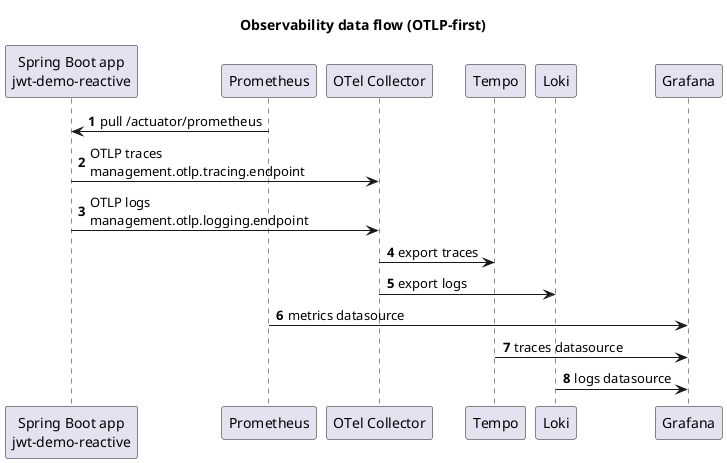
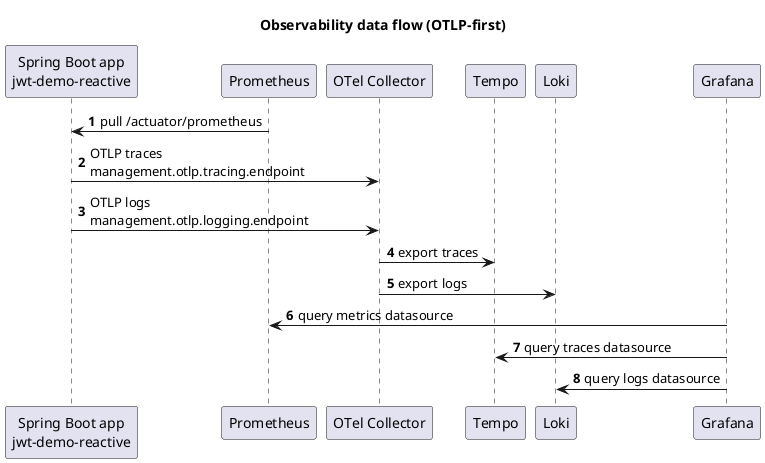
@startuml
title Observability data flow (OTLP-first)

autonumber
participant "Spring Boot app\njwt-demo-reactive" as App
participant "Prometheus" as Prom
participant "OTel Collector" as OTel
participant "Tempo" as Tempo
participant "Loki" as Loki
participant "Grafana" as Grafana

Prom -> App: pull /actuator/prometheus
App -> OTel: OTLP traces\nmanagement.otlp.tracing.endpoint
App -> OTel: OTLP logs\nmanagement.otlp.logging.endpoint
OTel -> Tempo: export traces
OTel -> Loki: export logs
- Prom -> Grafana: metrics datasource
- Tempo -> Grafana: traces datasource
- Loki -> Grafana: logs datasource
+ Grafana -> Prom: query metrics datasource
+ Grafana -> Tempo: query traces datasource
+ Grafana -> Loki: query logs datasource

@enduml
